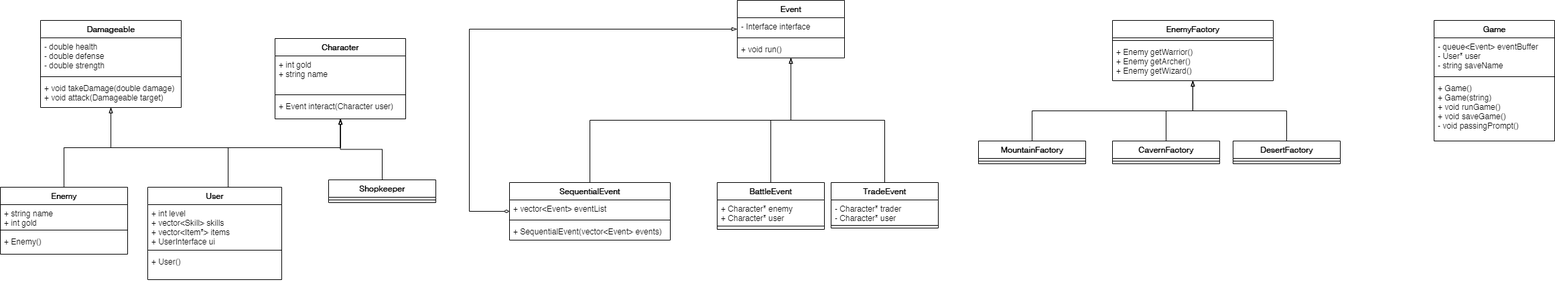
This is img/PhaseII.png from charlesalaras/questclad, a draw.io export, as it was before one commit. Source tidied: cells renumbered, new cells last; positions are measured from the earlier drawing's top-left corner, leaving out a move shared by most shapes. The source it was exported from:
```xml
<mxGraphModel>
  <root>
    <mxCell id="0" />
    <mxCell id="1" parent="0" />
    <mxCell id="2" style="edgeStyle=orthogonalEdgeStyle;rounded=0;jettySize=auto;html=1;exitX=0.5;exitY=0;exitDx=0;exitDy=0;entryX=0.5;entryY=1;entryDx=0;entryDy=0;startArrow=none;startFill=0;endArrow=blockThin;endFill=0;" parent="1" edge="1" source="4" target="21">
      <mxGeometry relative="1" as="geometry">
        <Array as="points">
          <mxPoint x="95" y="220" />
          <mxPoint x="165" y="220" />
        </Array>
      </mxGeometry>
    </mxCell>
    <mxCell id="3" style="edgeStyle=orthogonalEdgeStyle;rounded=0;jettySize=auto;html=1;exitX=0.5;exitY=0;exitDx=0;exitDy=0;endArrow=blockThin;endFill=0;" parent="1" edge="1" source="4" target="8">
      <mxGeometry relative="1" as="geometry">
        <Array as="points">
          <mxPoint x="95" y="220" />
          <mxPoint x="508" y="220" />
        </Array>
      </mxGeometry>
    </mxCell>
    <mxCell id="4" value="Enemy" style="swimlane;fontStyle=1;align=center;verticalAlign=top;horizontal=1;startSize=26;" parent="1" vertex="1">
      <mxGeometry y="279" width="190" height="100" as="geometry" />
    </mxCell>
    <mxCell id="5" value="+ string name&#10;+ int gold&#10;" style="text;strokeColor=none;fillColor=none;align=left;verticalAlign=top;spacingLeft=4;spacingRight=4;overflow=hidden;" parent="4" vertex="1">
      <mxGeometry y="26" width="190" height="34" as="geometry" />
    </mxCell>
    <mxCell id="6" style="line;strokeWidth=1;fillColor=none;align=left;verticalAlign=middle;spacingTop=-1;spacingLeft=3;spacingRight=3;labelPosition=right;" parent="4" vertex="1">
      <mxGeometry y="60" width="190" height="8" as="geometry" />
    </mxCell>
    <mxCell id="7" value="+ Enemy()&#10;" style="text;strokeColor=none;fillColor=none;align=left;verticalAlign=top;spacingLeft=4;spacingRight=4;overflow=hidden;" parent="4" vertex="1">
      <mxGeometry y="68" width="190" height="32" as="geometry" />
    </mxCell>
    <mxCell id="8" value="Character" style="swimlane;fontStyle=1;align=center;verticalAlign=top;horizontal=1;startSize=26;" parent="1" vertex="1">
      <mxGeometry x="410" y="57" width="195" height="120" as="geometry" />
    </mxCell>
    <mxCell id="9" value="+ int gold&#10;+ string name&#10;" style="text;strokeColor=none;fillColor=none;align=left;verticalAlign=top;spacingLeft=4;spacingRight=4;overflow=hidden;" parent="8" vertex="1">
      <mxGeometry y="26" width="195" height="54" as="geometry" />
    </mxCell>
    <mxCell id="10" style="line;strokeWidth=1;fillColor=none;align=left;verticalAlign=middle;spacingTop=-1;spacingLeft=3;spacingRight=3;labelPosition=right;" parent="8" vertex="1">
      <mxGeometry y="80" width="195" height="8" as="geometry" />
    </mxCell>
    <mxCell id="11" value="+ Event interact(Character user)" style="text;strokeColor=none;fillColor=none;align=left;verticalAlign=top;spacingLeft=4;spacingRight=4;overflow=hidden;" parent="8" vertex="1">
      <mxGeometry y="88" width="195" height="32" as="geometry" />
    </mxCell>
    <mxCell id="12" style="edgeStyle=orthogonalEdgeStyle;rounded=0;jettySize=auto;html=1;exitX=0.5;exitY=0;exitDx=0;exitDy=0;startArrow=none;startFill=0;endArrow=blockThin;endFill=0;entryX=0.5;entryY=1;entryDx=0;entryDy=0;" parent="1" edge="1" source="14" target="8">
      <mxGeometry relative="1" as="geometry">
        <Array as="points">
          <mxPoint x="340" y="279" />
          <mxPoint x="340" y="220" />
          <mxPoint x="508" y="220" />
        </Array>
      </mxGeometry>
    </mxCell>
    <mxCell id="13" style="edgeStyle=orthogonalEdgeStyle;rounded=0;jettySize=auto;html=1;exitX=0.5;exitY=0;exitDx=0;exitDy=0;entryX=0.5;entryY=1;entryDx=0;entryDy=0;startArrow=none;startFill=0;endArrow=blockThin;endFill=0;" parent="1" edge="1" source="14" target="21">
      <mxGeometry relative="1" as="geometry">
        <Array as="points">
          <mxPoint x="340" y="279" />
          <mxPoint x="340" y="220" />
          <mxPoint x="165" y="220" />
        </Array>
      </mxGeometry>
    </mxCell>
    <mxCell id="14" value="User" style="swimlane;fontStyle=1;align=center;verticalAlign=top;horizontal=1;startSize=26;" parent="1" vertex="1">
      <mxGeometry x="220" y="279" width="200" height="138" as="geometry" />
    </mxCell>
    <mxCell id="15" value="+ int level&#10;+ vector&lt;Skill&gt; skills&#10;+ vector&lt;Item*&gt; items&#10;+ UserInterface ui" style="text;strokeColor=none;fillColor=none;align=left;verticalAlign=top;spacingLeft=4;spacingRight=4;overflow=hidden;" parent="14" vertex="1">
      <mxGeometry y="26" width="200" height="64" as="geometry" />
    </mxCell>
    <mxCell id="16" style="line;strokeWidth=1;fillColor=none;align=left;verticalAlign=middle;spacingTop=-1;spacingLeft=3;spacingRight=3;labelPosition=right;" parent="14" vertex="1">
      <mxGeometry y="90" width="200" height="8" as="geometry" />
    </mxCell>
    <mxCell id="17" value="+ User()" style="text;strokeColor=none;fillColor=none;align=left;verticalAlign=top;spacingLeft=4;spacingRight=4;overflow=hidden;" parent="14" vertex="1">
      <mxGeometry y="98" width="200" height="40" as="geometry" />
    </mxCell>
    <mxCell id="18" value="EnemyFactory" style="swimlane;fontStyle=1;align=center;verticalAlign=top;horizontal=1;startSize=26;" parent="1" vertex="1">
      <mxGeometry x="1660" y="30" width="240" height="90" as="geometry" />
    </mxCell>
    <mxCell id="19" style="line;strokeWidth=1;fillColor=none;align=left;verticalAlign=middle;spacingTop=-1;spacingLeft=3;spacingRight=3;labelPosition=right;" parent="18" vertex="1">
      <mxGeometry y="26" width="240" height="8" as="geometry" />
    </mxCell>
    <mxCell id="20" value="+ Enemy getWarrior()&#10;+ Enemy getArcher()&#10;+ Enemy getWizard()" style="text;strokeColor=none;fillColor=none;align=left;verticalAlign=top;spacingLeft=4;spacingRight=4;overflow=hidden;points=[[0,0.5],[1,0.5]];portConstraint=eastwest;" parent="18" vertex="1">
      <mxGeometry y="34" width="240" height="56" as="geometry" />
    </mxCell>
    <mxCell id="21" value="Damageable" style="swimlane;fontStyle=1;align=center;verticalAlign=top;horizontal=1;startSize=26;fillColor=none;" parent="1" vertex="1">
      <mxGeometry x="60" y="30" width="210" height="130" as="geometry" />
    </mxCell>
    <mxCell id="22" value="- double health&#10;- double defense&#10;- double strength" style="text;strokeColor=none;fillColor=none;align=left;verticalAlign=top;spacingLeft=4;spacingRight=4;overflow=hidden;" parent="21" vertex="1">
      <mxGeometry y="26" width="210" height="54" as="geometry" />
    </mxCell>
    <mxCell id="23" style="line;strokeWidth=1;fillColor=none;align=left;verticalAlign=middle;spacingTop=-1;spacingLeft=3;spacingRight=3;labelPosition=right;" parent="21" vertex="1">
      <mxGeometry y="80" width="210" height="8" as="geometry" />
    </mxCell>
    <mxCell id="24" value="+ void takeDamage(double damage)&#10;+ void attack(Damageable target)" style="text;strokeColor=none;fillColor=none;align=left;verticalAlign=top;spacingLeft=4;spacingRight=4;overflow=hidden;" parent="21" vertex="1">
      <mxGeometry y="88" width="210" height="42" as="geometry" />
    </mxCell>
    <mxCell id="25" style="edgeStyle=orthogonalEdgeStyle;rounded=0;jettySize=auto;html=1;exitX=0.5;exitY=0;exitDx=0;exitDy=0;startArrow=none;startFill=0;endArrow=blockThin;endFill=0;entryX=0.5;entryY=1;entryDx=0;entryDy=0;" parent="1" edge="1" source="26" target="18">
      <mxGeometry relative="1" as="geometry" />
    </mxCell>
    <mxCell id="26" value="CavernFactory" style="swimlane;fontStyle=1;align=center;verticalAlign=top;horizontal=1;startSize=26;fillColor=none;" parent="1" vertex="1">
      <mxGeometry x="1660" y="210" width="160" height="34" as="geometry" />
    </mxCell>
    <mxCell id="27" style="line;strokeWidth=1;fillColor=none;align=left;verticalAlign=middle;spacingTop=-1;spacingLeft=3;spacingRight=3;labelPosition=right;" parent="26" vertex="1">
      <mxGeometry y="26" width="160" height="8" as="geometry" />
    </mxCell>
    <mxCell id="28" style="edgeStyle=orthogonalEdgeStyle;rounded=0;jettySize=auto;html=1;exitX=0.5;exitY=0;exitDx=0;exitDy=0;startArrow=none;startFill=0;endArrow=blockThin;endFill=0;entryX=0.5;entryY=1;entryDx=0;entryDy=0;" parent="1" edge="1" source="29" target="18">
      <mxGeometry relative="1" as="geometry" />
    </mxCell>
    <mxCell id="29" value="DesertFactory" style="swimlane;fontStyle=1;align=center;verticalAlign=top;horizontal=1;startSize=26;fillColor=none;" parent="1" vertex="1">
      <mxGeometry x="1840" y="210" width="160" height="34" as="geometry" />
    </mxCell>
    <mxCell id="30" style="line;strokeWidth=1;fillColor=none;align=left;verticalAlign=middle;spacingTop=-1;spacingLeft=3;spacingRight=3;labelPosition=right;" parent="29" vertex="1">
      <mxGeometry y="26" width="160" height="8" as="geometry" />
    </mxCell>
    <mxCell id="31" style="edgeStyle=orthogonalEdgeStyle;rounded=0;jettySize=auto;html=1;exitX=0.5;exitY=0;exitDx=0;exitDy=0;entryX=0.5;entryY=1;entryDx=0;entryDy=0;startArrow=none;startFill=0;endArrow=blockThin;endFill=0;" parent="1" edge="1" source="32" target="55">
      <mxGeometry relative="1" as="geometry" />
    </mxCell>
    <mxCell id="32" value="TradeEvent" style="swimlane;fontStyle=1;align=center;verticalAlign=top;horizontal=1;startSize=26;fillColor=none;" parent="1" vertex="1">
      <mxGeometry x="1240" y="272" width="160" height="68" as="geometry" />
    </mxCell>
    <mxCell id="33" value="- Character* trader&#10;- Character* user&#10;" style="text;strokeColor=none;fillColor=none;align=left;verticalAlign=top;spacingLeft=4;spacingRight=4;overflow=hidden;" parent="32" vertex="1">
      <mxGeometry y="26" width="160" height="34" as="geometry" />
    </mxCell>
    <mxCell id="34" style="line;strokeWidth=1;fillColor=none;align=left;verticalAlign=middle;spacingTop=-1;spacingLeft=3;spacingRight=3;labelPosition=right;" parent="32" vertex="1">
      <mxGeometry y="60" width="160" height="8" as="geometry" />
    </mxCell>
    <mxCell id="35" style="edgeStyle=orthogonalEdgeStyle;rounded=0;jettySize=auto;html=1;exitX=0.5;exitY=0;exitDx=0;exitDy=0;startArrow=none;startFill=0;endArrow=blockThin;endFill=0;entryX=0.499;entryY=1.002;entryDx=0;entryDy=0;entryPerimeter=0;" parent="1" edge="1" source="36" target="20">
      <mxGeometry relative="1" as="geometry" />
    </mxCell>
    <mxCell id="36" value="MountainFactory" style="swimlane;fontStyle=1;align=center;verticalAlign=top;horizontal=1;startSize=26;fillColor=none;" parent="1" vertex="1">
      <mxGeometry x="1460" y="210" width="160" height="34" as="geometry" />
    </mxCell>
    <mxCell id="37" style="line;strokeWidth=1;fillColor=none;align=left;verticalAlign=middle;spacingTop=-1;spacingLeft=3;spacingRight=3;labelPosition=right;" parent="36" vertex="1">
      <mxGeometry y="26" width="160" height="8" as="geometry" />
    </mxCell>
    <mxCell id="38" style="edgeStyle=orthogonalEdgeStyle;rounded=0;jettySize=auto;html=1;exitX=0.5;exitY=0;exitDx=0;exitDy=0;startArrow=none;startFill=0;endArrow=blockThin;endFill=0;entryX=0.5;entryY=1;entryDx=0;entryDy=0;" parent="1" edge="1" source="39" target="55">
      <mxGeometry relative="1" as="geometry" />
    </mxCell>
    <mxCell id="39" value="BattleEvent" style="swimlane;fontStyle=1;align=center;verticalAlign=top;horizontal=1;startSize=26;fillColor=none;" parent="1" vertex="1">
      <mxGeometry x="1070" y="272" width="160" height="70" as="geometry" />
    </mxCell>
    <mxCell id="40" value="+ Character* enemy&#10;+ Character* user&#10;" style="text;strokeColor=none;fillColor=none;align=left;verticalAlign=top;spacingLeft=4;spacingRight=4;overflow=hidden;" parent="39" vertex="1">
      <mxGeometry y="26" width="160" height="34" as="geometry" />
    </mxCell>
    <mxCell id="41" style="line;strokeWidth=1;fillColor=none;align=left;verticalAlign=middle;spacingTop=-1;spacingLeft=3;spacingRight=3;labelPosition=right;" parent="39" vertex="1">
      <mxGeometry y="60" width="160" height="10" as="geometry" />
    </mxCell>
    <mxCell id="42" style="edgeStyle=orthogonalEdgeStyle;rounded=0;jettySize=auto;html=1;exitX=0.5;exitY=0;exitDx=0;exitDy=0;startArrow=none;startFill=0;endArrow=blockThin;endFill=0;entryX=0.5;entryY=1;entryDx=0;entryDy=0;" parent="1" edge="1" source="43" target="55">
      <mxGeometry relative="1" as="geometry" />
    </mxCell>
    <mxCell id="43" value="SequentialEvent" style="swimlane;fontStyle=1;align=center;verticalAlign=top;horizontal=1;startSize=26;fillColor=none;" parent="1" vertex="1">
      <mxGeometry x="760" y="272" width="240" height="86" as="geometry" />
    </mxCell>
    <mxCell id="44" value="+ vector&lt;Event&gt; eventList" style="text;strokeColor=none;fillColor=none;align=left;verticalAlign=top;spacingLeft=4;spacingRight=4;overflow=hidden;" parent="43" vertex="1">
      <mxGeometry y="26" width="240" height="26" as="geometry" />
    </mxCell>
    <mxCell id="45" style="line;strokeWidth=1;fillColor=none;align=left;verticalAlign=middle;spacingTop=-1;spacingLeft=3;spacingRight=3;labelPosition=right;" parent="43" vertex="1">
      <mxGeometry y="52" width="240" height="8" as="geometry" />
    </mxCell>
    <mxCell id="46" value="+ SequentialEvent(vector&lt;Event&gt; events)" style="text;strokeColor=none;fillColor=none;align=left;verticalAlign=top;spacingLeft=4;spacingRight=4;overflow=hidden;" parent="43" vertex="1">
      <mxGeometry y="60" width="240" height="26" as="geometry" />
    </mxCell>
    <mxCell id="47" style="edgeStyle=orthogonalEdgeStyle;rounded=0;jettySize=auto;html=1;startArrow=diamondThin;startFill=0;endArrow=blockThin;endFill=0;exitX=0;exitY=0.5;exitDx=0;exitDy=0;entryX=0;entryY=0.5;entryDx=0;entryDy=0;" parent="1" edge="1" source="43" target="55">
      <mxGeometry relative="1" as="geometry">
        <Array as="points">
          <mxPoint x="700" y="315" />
          <mxPoint x="700" y="43" />
        </Array>
      </mxGeometry>
    </mxCell>
    <mxCell id="48" value="Game" style="swimlane;fontStyle=1;align=center;verticalAlign=top;horizontal=1;startSize=26;fillColor=none;" parent="1" vertex="1">
      <mxGeometry x="2140" y="30" width="180" height="180" as="geometry" />
    </mxCell>
    <mxCell id="49" value="- queue&lt;Event&gt; eventBuffer&#10;- User* user&#10;- string saveName&#10;" style="text;strokeColor=none;fillColor=none;align=left;verticalAlign=top;spacingLeft=4;spacingRight=4;overflow=hidden;" parent="48" vertex="1">
      <mxGeometry y="26" width="180" height="54" as="geometry" />
    </mxCell>
    <mxCell id="50" style="line;strokeWidth=1;fillColor=none;align=left;verticalAlign=middle;spacingTop=-1;spacingLeft=3;spacingRight=3;labelPosition=right;" parent="48" vertex="1">
      <mxGeometry y="80" width="180" height="8" as="geometry" />
    </mxCell>
    <mxCell id="51" value="+ Game()&#10;+ Game(string)&#10;+ void runGame()&#10;+ void saveGame()&#10;- void passingPrompt()" style="text;strokeColor=none;fillColor=none;align=left;verticalAlign=top;spacingLeft=4;spacingRight=4;overflow=hidden;" parent="48" vertex="1">
      <mxGeometry y="88" width="180" height="92" as="geometry" />
    </mxCell>
    <mxCell id="52" style="edgeStyle=orthogonalEdgeStyle;rounded=0;jettySize=auto;html=1;exitX=0.5;exitY=0;exitDx=0;exitDy=0;endArrow=blockThin;endFill=0;entryX=0.5;entryY=1;entryDx=0;entryDy=0;" parent="1" edge="1" source="53" target="8">
      <mxGeometry relative="1" as="geometry" />
    </mxCell>
    <mxCell id="53" value="Shopkeeper" style="swimlane;fontStyle=1;align=center;verticalAlign=top;horizontal=1;startSize=26;" parent="1" vertex="1">
      <mxGeometry x="490" y="268" width="160" height="34" as="geometry" />
    </mxCell>
    <mxCell id="54" style="line;strokeWidth=1;fillColor=none;align=left;verticalAlign=middle;spacingTop=-1;spacingLeft=3;spacingRight=3;labelPosition=right;" parent="53" vertex="1">
      <mxGeometry y="26" width="160" height="8" as="geometry" />
    </mxCell>
    <mxCell id="55" value="Event" style="swimlane;fontStyle=1;align=center;verticalAlign=top;horizontal=1;startSize=26;" parent="1" vertex="1">
      <mxGeometry x="1100" width="160" height="86" as="geometry" />
    </mxCell>
    <mxCell id="56" value="- Interface interface" style="text;strokeColor=none;fillColor=none;align=left;verticalAlign=top;spacingLeft=4;spacingRight=4;overflow=hidden;" parent="55" vertex="1">
      <mxGeometry y="26" width="160" height="26" as="geometry" />
    </mxCell>
    <mxCell id="57" style="line;strokeWidth=1;fillColor=none;align=left;verticalAlign=middle;spacingTop=-1;spacingLeft=3;spacingRight=3;labelPosition=right;" parent="55" vertex="1">
      <mxGeometry y="52" width="160" height="8" as="geometry" />
    </mxCell>
    <mxCell id="58" value="+ void run()" style="text;strokeColor=none;fillColor=none;align=left;verticalAlign=top;spacingLeft=4;spacingRight=4;overflow=hidden;" parent="55" vertex="1">
      <mxGeometry y="60" width="160" height="26" as="geometry" />
    </mxCell>
  </root>
</mxGraphModel>
```
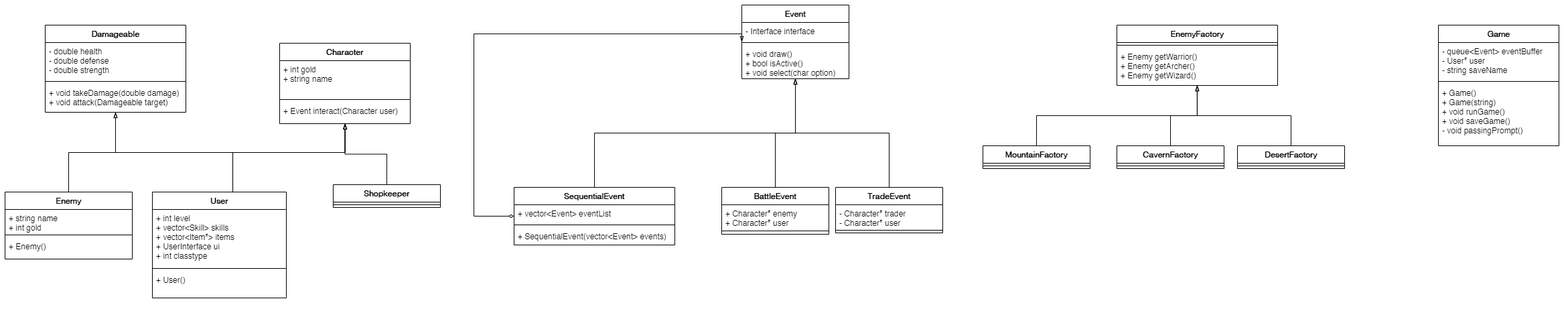
The same file after the commit.

The edit, as a diff of the source:
```diff
@@ -61,16 +61,16 @@
       </mxGeometry>
     </mxCell>
     <mxCell id="14" value="User" style="swimlane;fontStyle=1;align=center;verticalAlign=top;horizontal=1;startSize=26;" parent="1" vertex="1">
-      <mxGeometry x="220" y="279" width="200" height="138" as="geometry" />
+      <mxGeometry x="220" y="279" width="200" height="158" as="geometry" />
     </mxCell>
-    <mxCell id="15" value="+ int level&#10;+ vector&lt;Skill&gt; skills&#10;+ vector&lt;Item*&gt; items&#10;+ UserInterface ui" style="text;strokeColor=none;fillColor=none;align=left;verticalAlign=top;spacingLeft=4;spacingRight=4;overflow=hidden;" parent="14" vertex="1">
-      <mxGeometry y="26" width="200" height="64" as="geometry" />
+    <mxCell id="15" value="+ int level&#10;+ vector&lt;Skill&gt; skills&#10;+ vector&lt;Item*&gt; items&#10;+ UserInterface ui&#10;+ int classtype" style="text;strokeColor=none;fillColor=none;align=left;verticalAlign=top;spacingLeft=4;spacingRight=4;overflow=hidden;" parent="14" vertex="1">
+      <mxGeometry y="26" width="200" height="84" as="geometry" />
     </mxCell>
     <mxCell id="16" style="line;strokeWidth=1;fillColor=none;align=left;verticalAlign=middle;spacingTop=-1;spacingLeft=3;spacingRight=3;labelPosition=right;" parent="14" vertex="1">
-      <mxGeometry y="90" width="200" height="8" as="geometry" />
+      <mxGeometry y="110" width="200" height="8" as="geometry" />
     </mxCell>
     <mxCell id="17" value="+ User()" style="text;strokeColor=none;fillColor=none;align=left;verticalAlign=top;spacingLeft=4;spacingRight=4;overflow=hidden;" parent="14" vertex="1">
-      <mxGeometry y="98" width="200" height="40" as="geometry" />
+      <mxGeometry y="118" width="200" height="40" as="geometry" />
     </mxCell>
     <mxCell id="18" value="EnemyFactory" style="swimlane;fontStyle=1;align=center;verticalAlign=top;horizontal=1;startSize=26;" parent="1" vertex="1">
       <mxGeometry x="1660" y="30" width="240" height="90" as="geometry" />
@@ -189,7 +189,7 @@
       <mxGeometry y="26" width="160" height="8" as="geometry" />
     </mxCell>
     <mxCell id="55" value="Event" style="swimlane;fontStyle=1;align=center;verticalAlign=top;horizontal=1;startSize=26;" parent="1" vertex="1">
-      <mxGeometry x="1100" width="160" height="86" as="geometry" />
+      <mxGeometry x="1100" width="160" height="110" as="geometry" />
     </mxCell>
     <mxCell id="56" value="- Interface interface" style="text;strokeColor=none;fillColor=none;align=left;verticalAlign=top;spacingLeft=4;spacingRight=4;overflow=hidden;" parent="55" vertex="1">
       <mxGeometry y="26" width="160" height="26" as="geometry" />
@@ -197,8 +197,8 @@
     <mxCell id="57" style="line;strokeWidth=1;fillColor=none;align=left;verticalAlign=middle;spacingTop=-1;spacingLeft=3;spacingRight=3;labelPosition=right;" parent="55" vertex="1">
       <mxGeometry y="52" width="160" height="8" as="geometry" />
     </mxCell>
-    <mxCell id="58" value="+ void run()" style="text;strokeColor=none;fillColor=none;align=left;verticalAlign=top;spacingLeft=4;spacingRight=4;overflow=hidden;" parent="55" vertex="1">
-      <mxGeometry y="60" width="160" height="26" as="geometry" />
+    <mxCell id="58" value="+ void draw()&#10;+ bool isActive()&#10;+ void select(char option)&#10;" style="text;strokeColor=none;fillColor=none;align=left;verticalAlign=top;spacingLeft=4;spacingRight=4;overflow=hidden;" parent="55" vertex="1">
+      <mxGeometry y="60" width="160" height="50" as="geometry" />
     </mxCell>
   </root>
 </mxGraphModel>
```
